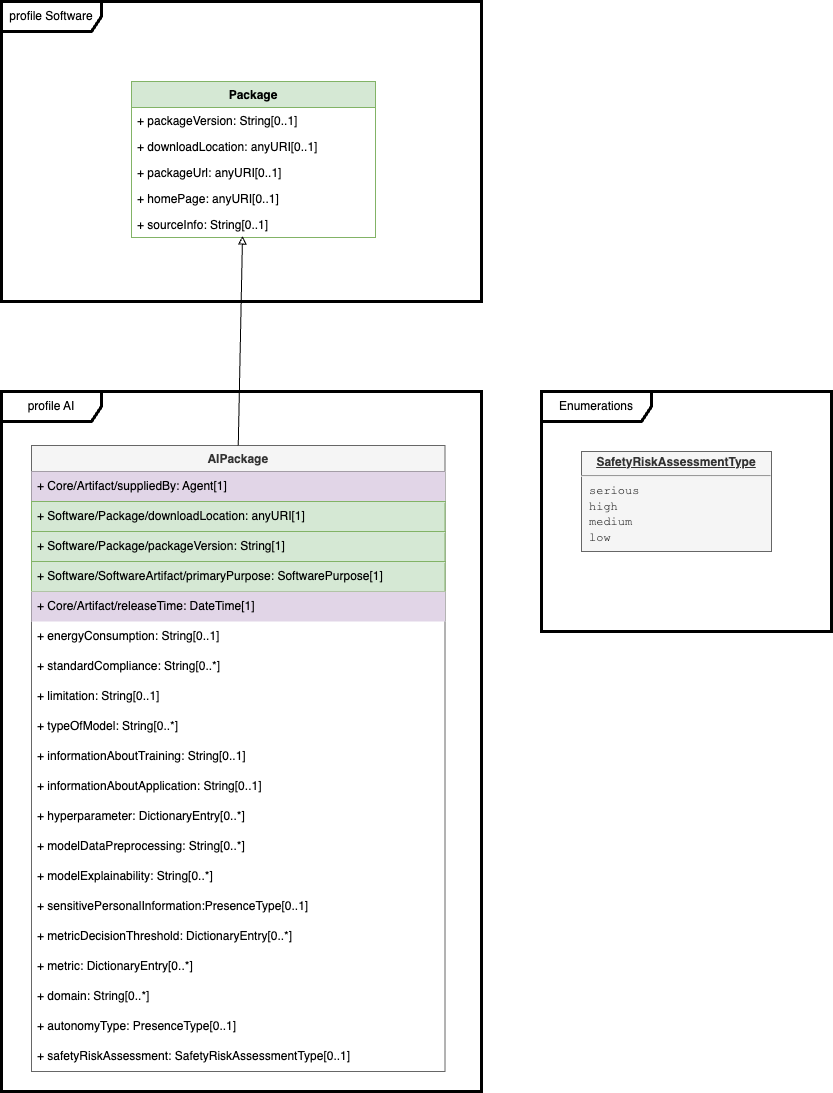
This is model AI.png from spdx/spdx-3-model, a draw.io export, as it was before one commit. Source tidied: cells renumbered, new cells last; positions are measured from the earlier drawing's top-left corner, leaving out a move shared by most shapes.
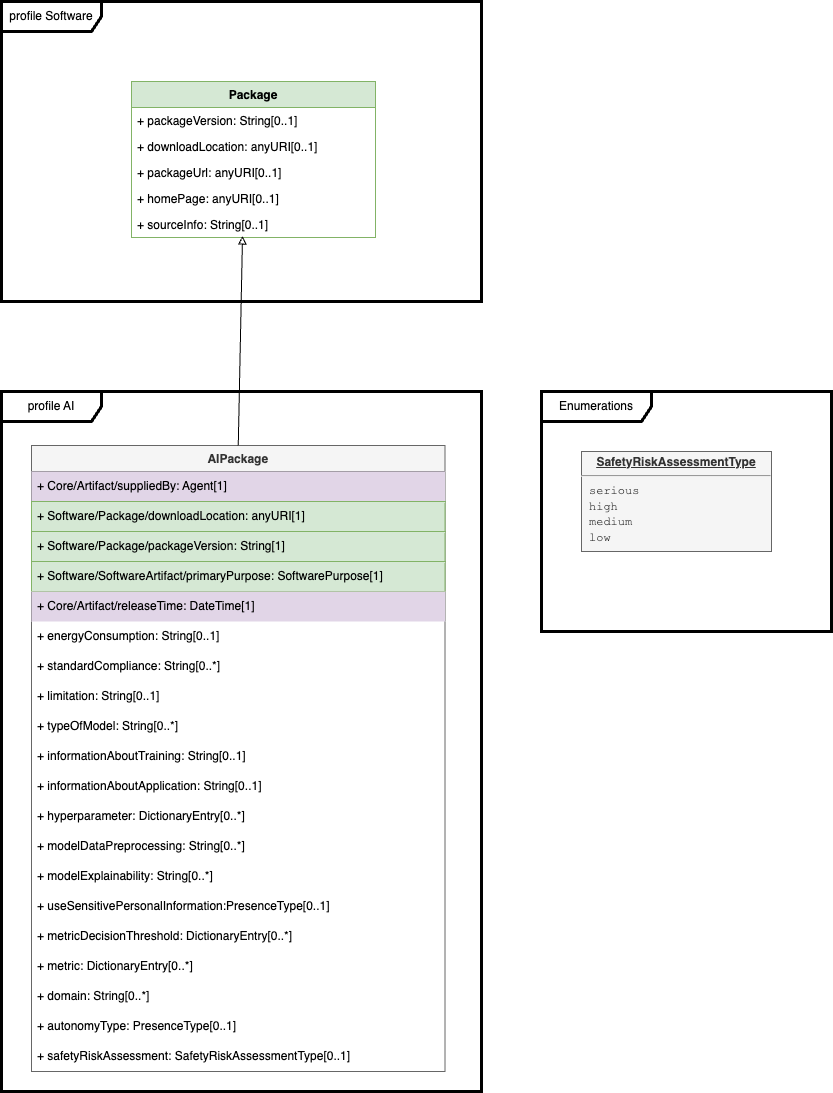
After the commit.

What changed in the source:
```diff
@@ -71,7 +71,7 @@
     <mxCell id="24" value="+ modelExplainability: String[0..*]" style="text;strokeColor=none;fillColor=none;align=left;verticalAlign=middle;spacingLeft=4;spacingRight=4;overflow=hidden;whiteSpace=wrap;html=1;" parent="10" vertex="1">
       <mxGeometry y="416" width="413.5" height="30" as="geometry" />
     </mxCell>
-    <mxCell id="25" value="+ sensitivePersonalInformation:PresenceType[0..1]" style="text;strokeColor=none;fillColor=none;align=left;verticalAlign=middle;spacingLeft=4;spacingRight=4;overflow=hidden;whiteSpace=wrap;html=1;" parent="10" vertex="1">
+    <mxCell id="25" value="+ useSensitivePersonalInformation:PresenceType[0..1]" style="text;strokeColor=none;fillColor=none;align=left;verticalAlign=middle;spacingLeft=4;spacingRight=4;overflow=hidden;whiteSpace=wrap;html=1;" parent="10" vertex="1">
       <mxGeometry y="446" width="413.5" height="30" as="geometry" />
     </mxCell>
     <mxCell id="26" value="+ metricDecisionThreshold: DictionaryEntry[0..*]" style="text;strokeColor=none;fillColor=none;align=left;verticalAlign=middle;spacingLeft=4;spacingRight=4;overflow=hidden;whiteSpace=wrap;html=1;" parent="10" vertex="1">
```
